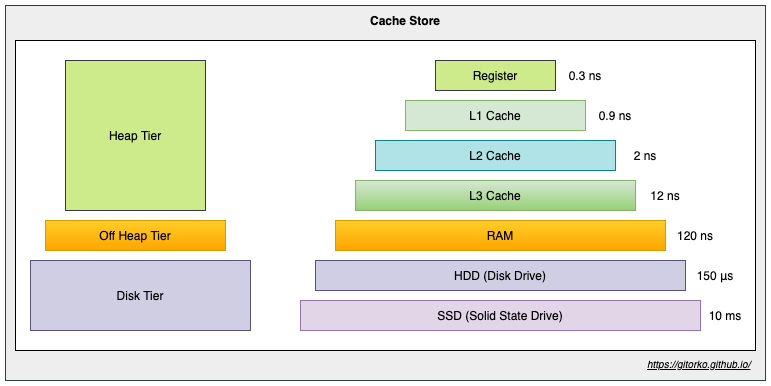
gitorko/gitorko.github.io keeps this draw.io diagram as post/grokking-the-system-design-interview/cache-store.png. Above is the earlier version. Source tidied: cells renumbered, new cells last; positions are measured from the earlier drawing's top-left corner, leaving out a move shared by most shapes.
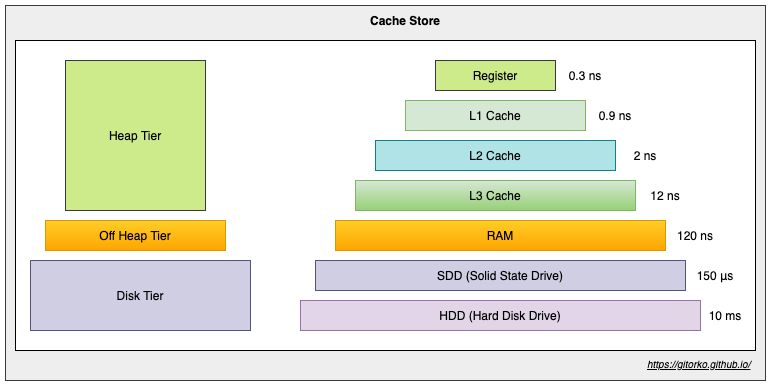
Above is the later version.

The edit, as a diff of the source:
```diff
@@ -23,10 +23,10 @@
     <mxCell id="8" value="RAM" style="rounded=0;whiteSpace=wrap;html=1;gradientColor=#ffa500;fillColor=#ffcd28;strokeColor=#d79b00;" parent="1" vertex="1">
       <mxGeometry x="330" y="215" width="330" height="30" as="geometry" />
     </mxCell>
-    <mxCell id="9" value="HDD (Disk Drive)" style="rounded=0;whiteSpace=wrap;html=1;fillColor=#d0cee2;strokeColor=#56517e;" parent="1" vertex="1">
+    <mxCell id="9" value="SDD (Solid State Drive)" style="rounded=0;whiteSpace=wrap;html=1;fillColor=#d0cee2;strokeColor=#56517e;" parent="1" vertex="1">
       <mxGeometry x="310" y="255" width="370" height="30" as="geometry" />
     </mxCell>
-    <mxCell id="10" value="SSD (Solid State Drive)" style="rounded=0;whiteSpace=wrap;html=1;fillColor=#e1d5e7;strokeColor=#9673a6;" parent="1" vertex="1">
+    <mxCell id="10" value="HDD (Hard Disk Drive)" style="rounded=0;whiteSpace=wrap;html=1;fillColor=#e1d5e7;strokeColor=#9673a6;" parent="1" vertex="1">
       <mxGeometry x="295" y="295" width="400" height="30" as="geometry" />
     </mxCell>
     <mxCell id="11" value="0.3 ns" style="text;html=1;strokeColor=none;fillColor=none;align=center;verticalAlign=middle;whiteSpace=wrap;rounded=0;" parent="1" vertex="1">
```
